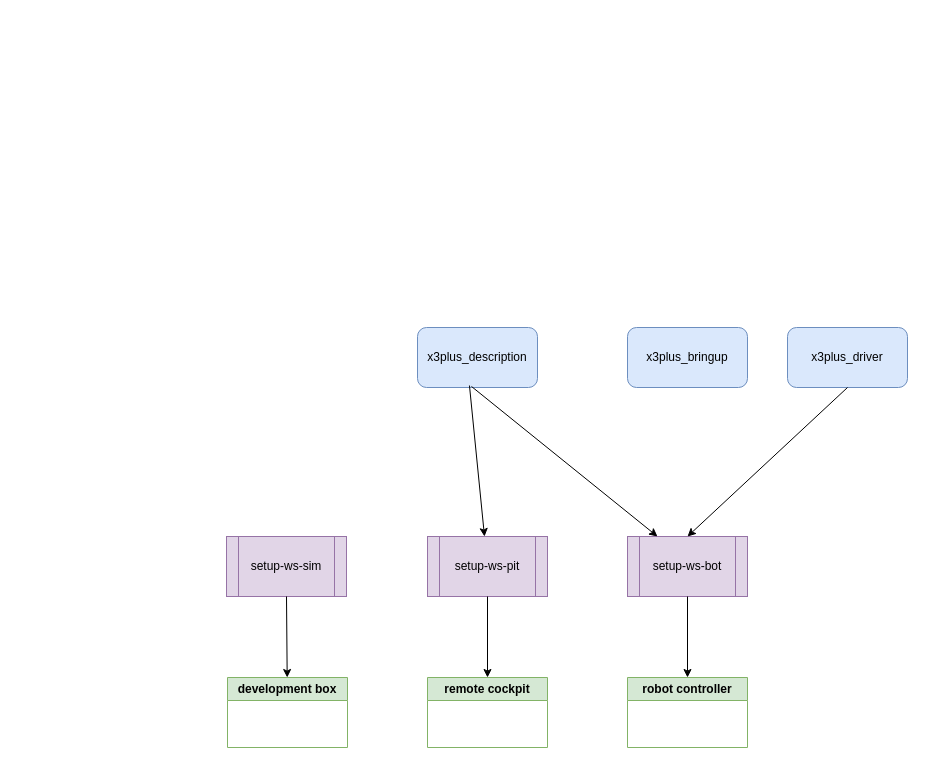
Above: docu/overview.drawio in cord-burmeister/x3plus_setup (draw.io), before the change. Source tidied: cells renumbered, new cells numbered last; positions are measured from the earlier drawing's top-left corner, leaving out a move shared by most shapes. Both pictures are drawn from the tidied source at 100%, with x=0, y=0 at pixel (226, 327).
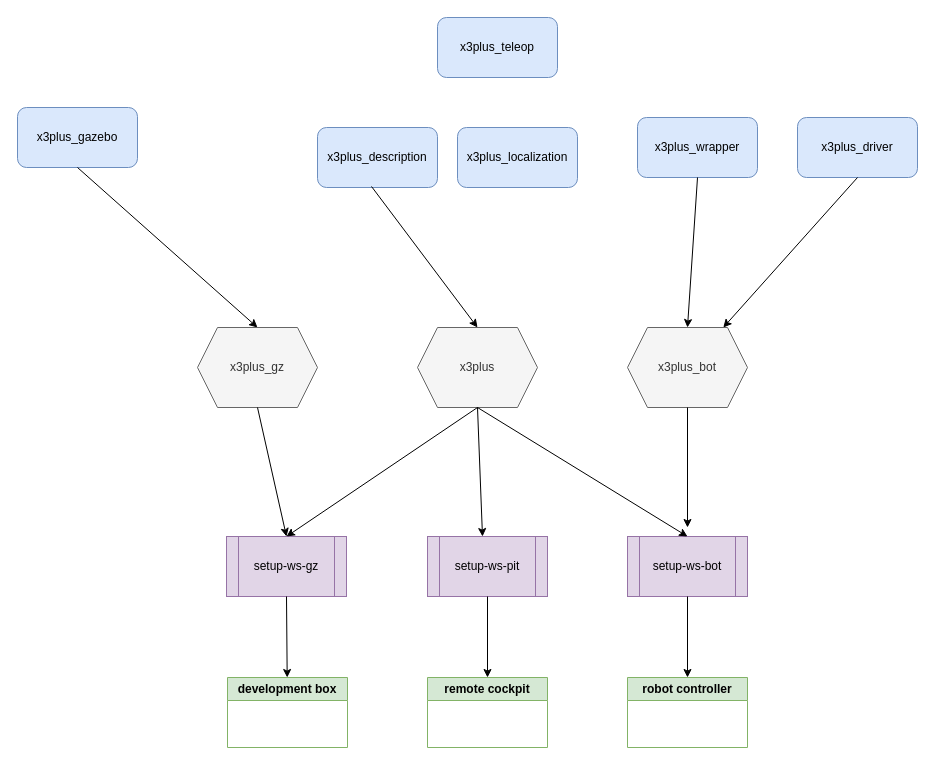
The same diagram, later.

Commit message (it also covers changes not shown here):
Update setup scripts

The change refers to these unchanged cells:
```xml
<mxCell id="4" value="setup-ws-bot" style="shape=process;whiteSpace=wrap;html=1;backgroundOutline=1;fillColor=#e1d5e7;strokeColor=#9673a6;" parent="1" vertex="1">
  <mxGeometry x="401" y="209" width="120" height="60" as="geometry" />
</mxCell>
<mxCell id="9" value="setup-ws-pit" style="shape=process;whiteSpace=wrap;html=1;backgroundOutline=1;fillColor=#e1d5e7;strokeColor=#9673a6;" parent="1" vertex="1">
  <mxGeometry x="201" y="209" width="120" height="60" as="geometry" />
</mxCell>
```

Change to the diagram source:
```diff
@@
     <mxCell id="2" value="x3plus_driver" style="rounded=1;whiteSpace=wrap;html=1;fillColor=#dae8fc;strokeColor=#6c8ebf;" parent="1" vertex="1">
-      <mxGeometry x="561" width="120" height="60" as="geometry" />
+      <mxGeometry x="571" y="-210" width="120" height="60" as="geometry" />
     </mxCell>
     <mxCell id="3" value="x3plus_description" style="rounded=1;whiteSpace=wrap;html=1;fillColor=#dae8fc;strokeColor=#6c8ebf;" parent="1" vertex="1">
-      <mxGeometry x="191" width="120" height="60" as="geometry" />
+      <mxGeometry x="91" y="-200" width="120" height="60" as="geometry" />
     </mxCell>
@@
-    <mxCell id="5" value="setup-ws-sim" style="shape=process;whiteSpace=wrap;html=1;backgroundOutline=1;fillColor=#e1d5e7;strokeColor=#9673a6;" parent="1" vertex="1">
+    <mxCell id="5" value="setup-ws-gz" style="shape=process;whiteSpace=wrap;html=1;backgroundOutline=1;fillColor=#e1d5e7;strokeColor=#9673a6;" parent="1" vertex="1">
       <mxGeometry y="209" width="120" height="60" as="geometry" />
     </mxCell>
@@
-    <mxCell id="13" style="endArrow=classic;html=1;exitX=0.5;exitY=1;exitDx=0;exitDy=0;entryX=0.5;entryY=0;entryDx=0;entryDy=0;" parent="1" edge="1" source="2" target="4">
+    <mxCell id="13" style="endArrow=classic;html=1;exitX=0.5;exitY=1;exitDx=0;exitDy=0;" parent="1" edge="1" source="2" target="20">
       <mxGeometry relative="1" as="geometry" />
     </mxCell>
-    <mxCell id="14" style="endArrow=classic;html=1;exitX=0.433;exitY=0.967;exitDx=0;exitDy=0;exitPerimeter=0;" parent="1" edge="1" source="3" target="9">
-      <mxGeometry relative="1" as="geometry" />
-    </mxCell>
-    <mxCell id="15" style="endArrow=classic;html=1;exitX=0.45;exitY=0.983;exitDx=0;exitDy=0;entryX=0.25;entryY=0;entryDx=0;entryDy=0;exitPerimeter=0;" parent="1" edge="1" source="3" target="4">
+    <mxCell id="15" style="endArrow=classic;html=1;exitX=0.45;exitY=0.983;exitDx=0;exitDy=0;entryX=0.5;entryY=0;entryDx=0;entryDy=0;exitPerimeter=0;" parent="1" edge="1" source="3" target="22">
       <mxGeometry relative="1" as="geometry" />
     </mxCell>
-    <mxCell id="16" value="x3plus_bringup" style="rounded=1;whiteSpace=wrap;html=1;fillColor=#dae8fc;strokeColor=#6c8ebf;" parent="1" vertex="1">
-      <mxGeometry x="401" width="120" height="60" as="geometry" />
+    <mxCell id="16" value="x3plus_wrapper" style="rounded=1;whiteSpace=wrap;html=1;fillColor=#dae8fc;strokeColor=#6c8ebf;" parent="1" vertex="1">
+      <mxGeometry x="411" y="-210" width="120" height="60" as="geometry" />
     </mxCell>
+    <mxCell id="17" value="x3plus_gazebo" style="rounded=1;whiteSpace=wrap;html=1;fillColor=#dae8fc;strokeColor=#6c8ebf;" parent="1" vertex="1">
+      <mxGeometry x="-209" y="-220" width="120" height="60" as="geometry" />
+    </mxCell>
+    <mxCell id="18" style="endArrow=classic;html=1;exitX=0.5;exitY=1;exitDx=0;exitDy=0;entryX=0.5;entryY=0;entryDx=0;entryDy=0;" parent="1" edge="1" source="16" target="20">
+      <mxGeometry relative="1" as="geometry" />
+    </mxCell>
+    <mxCell id="19" style="endArrow=classic;html=1;exitX=0.5;exitY=1;exitDx=0;exitDy=0;entryX=0.5;entryY=0;entryDx=0;entryDy=0;" parent="1" edge="1" source="17" target="21">
+      <mxGeometry relative="1" as="geometry" />
+    </mxCell>
+    <mxCell id="20" value="x3plus_bot" style="shape=hexagon;perimeter=hexagonPerimeter2;whiteSpace=wrap;html=1;fixedSize=1;fillColor=#f5f5f5;fontColor=#333333;strokeColor=#666666;" parent="1" vertex="1">
+      <mxGeometry x="401" width="120" height="80" as="geometry" />
+    </mxCell>
+    <mxCell id="21" value="x3plus_gz" style="shape=hexagon;perimeter=hexagonPerimeter2;whiteSpace=wrap;html=1;fixedSize=1;fillColor=#f5f5f5;fontColor=#333333;strokeColor=#666666;" parent="1" vertex="1">
+      <mxGeometry x="-29" width="120" height="80" as="geometry" />
+    </mxCell>
+    <mxCell id="22" value="x3plus" style="shape=hexagon;perimeter=hexagonPerimeter2;whiteSpace=wrap;html=1;fixedSize=1;fillColor=#f5f5f5;fontColor=#333333;strokeColor=#666666;" parent="1" vertex="1">
+      <mxGeometry x="191" width="120" height="80" as="geometry" />
+    </mxCell>
+    <mxCell id="23" style="endArrow=classic;html=1;entryX=0.5;entryY=0;entryDx=0;entryDy=0;exitX=0.5;exitY=1;exitDx=0;exitDy=0;" parent="1" edge="1" source="22">
+      <mxGeometry relative="1" as="geometry">
+        <mxPoint x="256" y="209" as="targetPoint" />
+      </mxGeometry>
+    </mxCell>
+    <mxCell id="24" style="endArrow=classic;html=1;entryX=0.5;entryY=0;entryDx=0;entryDy=0;exitX=0.5;exitY=1;exitDx=0;exitDy=0;" parent="1" edge="1" source="22" target="4">
+      <mxGeometry relative="1" as="geometry" />
+    </mxCell>
+    <mxCell id="25" style="endArrow=classic;html=1;entryX=0.5;entryY=0;entryDx=0;entryDy=0;" parent="1" edge="1" target="5">
+      <mxGeometry relative="1" as="geometry">
+        <mxPoint x="251" y="80" as="sourcePoint" />
+      </mxGeometry>
+    </mxCell>
+    <mxCell id="26" style="endArrow=classic;html=1;exitX=0.5;exitY=1;exitDx=0;exitDy=0;" parent="1" edge="1" source="20">
+      <mxGeometry relative="1" as="geometry">
+        <mxPoint x="461" y="200" as="targetPoint" />
+      </mxGeometry>
+    </mxCell>
+    <mxCell id="27" style="endArrow=classic;html=1;entryX=0.5;entryY=0;entryDx=0;entryDy=0;exitX=0.5;exitY=1;exitDx=0;exitDy=0;" parent="1" edge="1" source="21" target="5">
+      <mxGeometry relative="1" as="geometry" />
+    </mxCell>
+    <mxCell id="28" value="x3plus_localization" style="rounded=1;whiteSpace=wrap;html=1;fillColor=#dae8fc;strokeColor=#6c8ebf;" parent="1" vertex="1">
+      <mxGeometry x="231" y="-200" width="120" height="60" as="geometry" />
+    </mxCell>
+    <mxCell id="29" value="x3plus_teleop" style="rounded=1;whiteSpace=wrap;html=1;fillColor=#dae8fc;strokeColor=#6c8ebf;" parent="1" vertex="1">
+      <mxGeometry x="211" y="-310" width="120" height="60" as="geometry" />
+    </mxCell>
```
